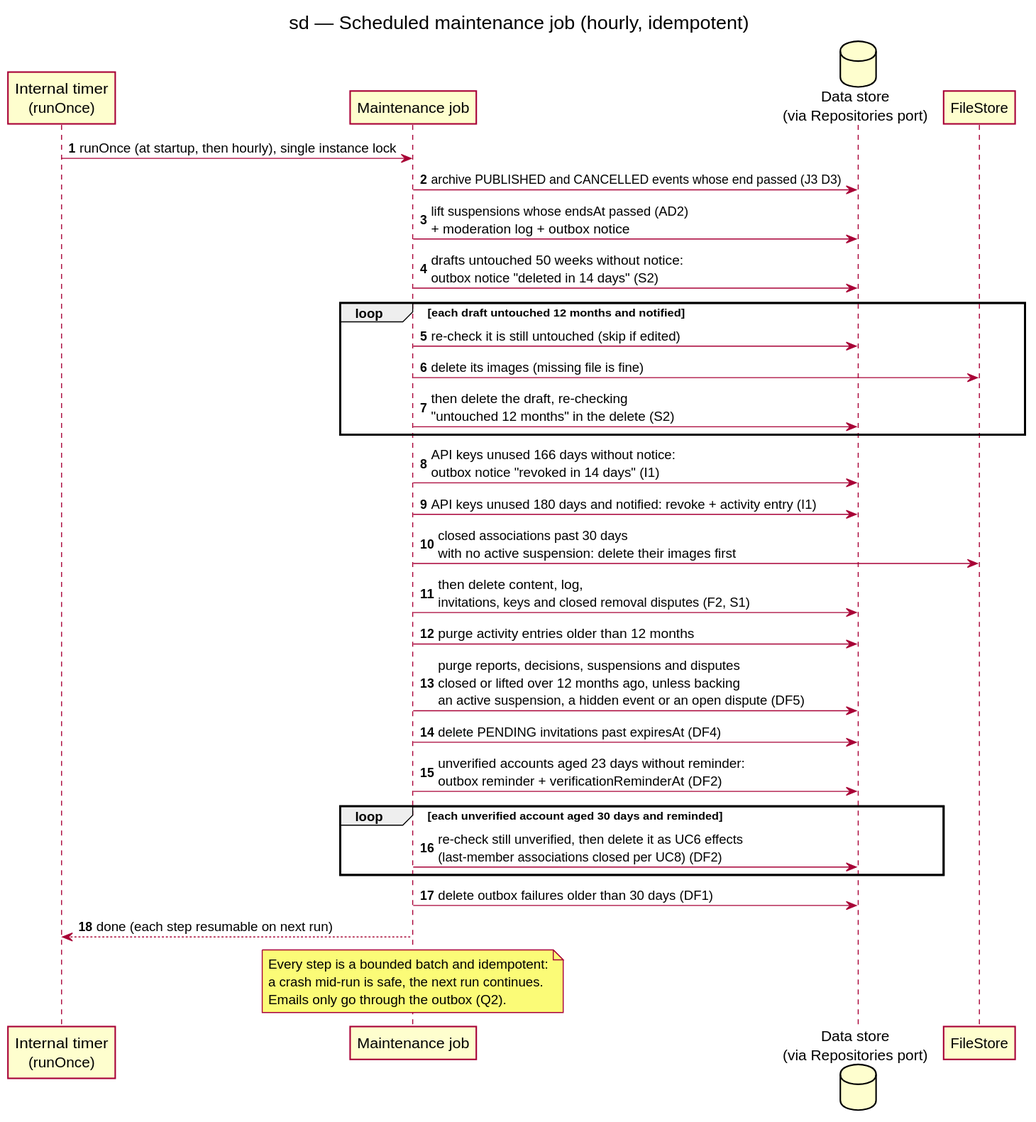
The PlantUML diagram docs/architecture/diagrams/v1-events/02d-sequence-scheduled-job.svg in benoit-bremaud/HappiHub, before a commit.
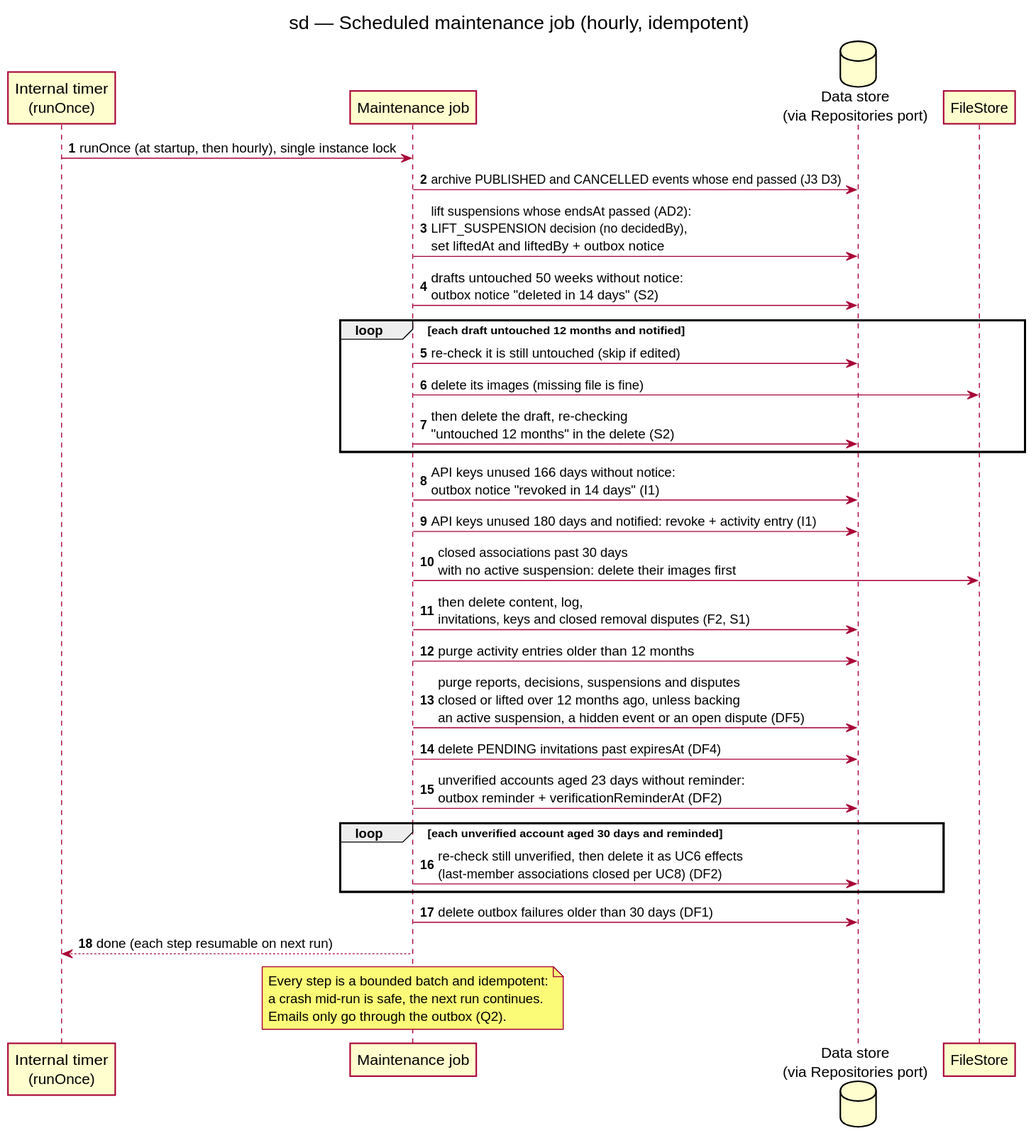
Later version of the same file.

Commit message:
docs(uml): align super admin handover and suspension lift records

Change to the diagram source:
```diff
@@ -9,7 +9,7 @@
 
 S -> J : runOnce (at startup, then hourly), single instance lock
 J -> D : archive PUBLISHED and CANCELLED events whose end passed (J3 D3)
-J -> D : lift suspensions whose endsAt passed (AD2)\n+ moderation log + outbox notice
+J -> D : lift suspensions whose endsAt passed (AD2):\nLIFT_SUSPENSION decision (no decidedBy),\nset liftedAt and liftedBy + outbox notice
 J -> D : drafts untouched 50 weeks without notice:\noutbox notice "deleted in 14 days" (S2)
 loop each draft untouched 12 months and notified
   J -> D : re-check it is still untouched (skip if edited)
```
